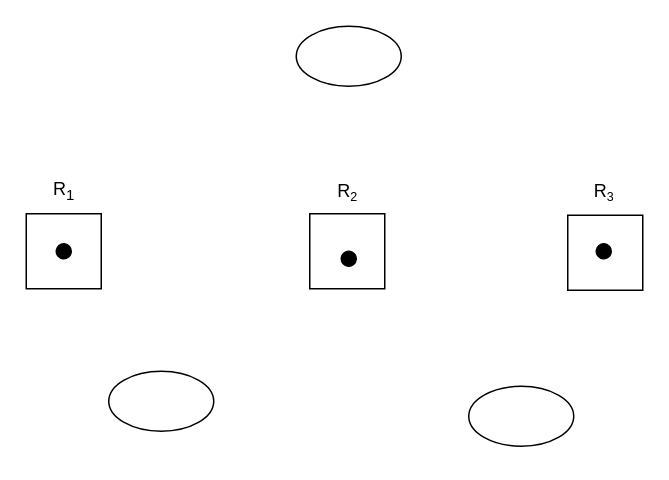
Above: Resource-Allocation-Graph.drawio in huyle84/diagrams (draw.io), before the change. Source tidied: cells renumbered, new cells numbered last; positions are measured from the earlier drawing's top-left corner, leaving out a move shared by most shapes. Both pictures are drawn from the tidied source at 150%, with x=0, y=0 at pixel (26, 26).
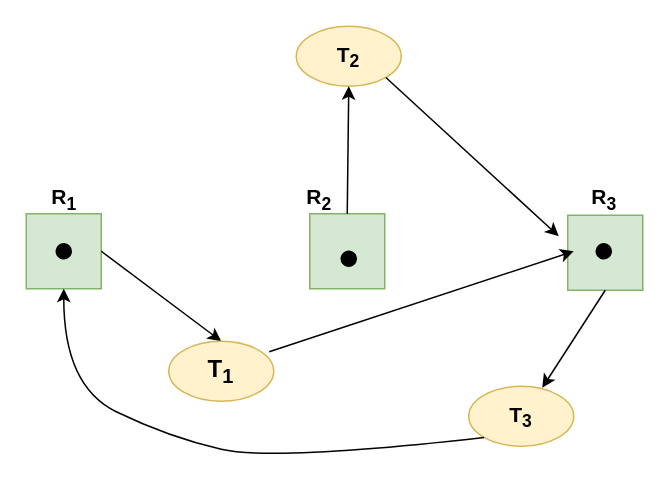
After the change.

Diff of the diagram source:
```diff
@@
-    <mxCell id="2" style="whiteSpace=wrap;html=1;" parent="1" vertex="1">
+    <mxCell id="2" style="whiteSpace=wrap;html=1;fillColor=#d5e8d4;strokeColor=#82b366;" parent="1" vertex="1">
       <mxGeometry x="361" y="126" width="50" height="50" as="geometry" />
     </mxCell>
-    <mxCell id="3" style="whiteSpace=wrap;html=1;" parent="1" vertex="1">
+    <mxCell id="3" style="whiteSpace=wrap;html=1;fillColor=#d5e8d4;strokeColor=#82b366;" parent="1" vertex="1">
       <mxGeometry x="189" y="125" width="50" height="50" as="geometry" />
     </mxCell>
-    <mxCell id="4" style="whiteSpace=wrap;html=1;" parent="1" vertex="1">
+    <mxCell id="4" style="whiteSpace=wrap;html=1;fillColor=#d5e8d4;strokeColor=#82b366;" parent="1" vertex="1">
       <mxGeometry y="125" width="50" height="50" as="geometry" />
     </mxCell>
-    <mxCell id="5" style="ellipse;whiteSpace=wrap;html=1;" parent="1" vertex="1">
-      <mxGeometry x="55" y="230" width="70" height="40" as="geometry" />
-    </mxCell>
-    <mxCell id="6" style="ellipse;whiteSpace=wrap;html=1;" parent="1" vertex="1">
+    <mxCell id="6" value="&lt;font style=&quot;font-size: 14px&quot;&gt;&lt;b&gt;T&lt;sub&gt;3&lt;/sub&gt;&lt;/b&gt;&lt;/font&gt;" style="ellipse;whiteSpace=wrap;html=1;fillColor=#fff2cc;strokeColor=#d6b656;" parent="1" vertex="1">
       <mxGeometry x="295" y="240" width="70" height="40" as="geometry" />
     </mxCell>
-    <mxCell id="7" style="ellipse;whiteSpace=wrap;html=1;" parent="1" vertex="1">
+    <mxCell id="7" value="&lt;font style=&quot;font-size: 14px&quot;&gt;&lt;b&gt;T&lt;sub&gt;2&lt;/sub&gt;&lt;/b&gt;&lt;/font&gt;" style="ellipse;whiteSpace=wrap;html=1;fillColor=#fff2cc;strokeColor=#d6b656;" parent="1" vertex="1">
       <mxGeometry x="180" width="70" height="40" as="geometry" />
     </mxCell>
@@
-    <mxCell id="11" value="R&lt;sub&gt;1&lt;/sub&gt;" style="text;html=1;align=center;verticalAlign=middle;strokeColor=none;fillColor=none;" parent="1" vertex="1">
-      <mxGeometry x="10" y="100" width="30" height="20" as="geometry" />
+    <mxCell id="11" value="&lt;font style=&quot;font-size: 14px&quot;&gt;&lt;b&gt;R&lt;sub&gt;1&lt;/sub&gt;&lt;/b&gt;&lt;/font&gt;" style="text;html=1;align=center;verticalAlign=middle;strokeColor=none;fillColor=none;" parent="1" vertex="1">
+      <mxGeometry x="10" y="105" width="30" height="20" as="geometry" />
     </mxCell>
-    <mxCell id="12" value="R&lt;font size=&quot;1&quot;&gt;&lt;sub&gt;2&lt;/sub&gt;&lt;/font&gt;" style="text;html=1;align=center;verticalAlign=middle;strokeColor=none;fillColor=none;perimeterSpacing=1;" parent="1" vertex="1">
-      <mxGeometry x="199" y="100" width="30" height="20" as="geometry" />
+    <mxCell id="12" value="&lt;font style=&quot;font-size: 14px&quot;&gt;&lt;b&gt;R&lt;sub&gt;2&lt;/sub&gt;&lt;/b&gt;&lt;/font&gt;" style="text;html=1;align=center;verticalAlign=middle;strokeColor=none;fillColor=none;perimeterSpacing=1;" parent="1" vertex="1">
+      <mxGeometry x="180" y="105" width="30" height="20" as="geometry" />
     </mxCell>
-    <mxCell id="13" value="R&lt;font size=&quot;1&quot;&gt;&lt;sub&gt;3&lt;/sub&gt;&lt;/font&gt;" style="text;html=1;align=center;verticalAlign=middle;strokeColor=none;fillColor=none;" parent="1" vertex="1">
-      <mxGeometry x="370" y="100" width="30" height="20" as="geometry" />
+    <mxCell id="13" value="&lt;font style=&quot;font-size: 14px&quot;&gt;&lt;b&gt;R&lt;sub&gt;3&lt;/sub&gt;&lt;/b&gt;&lt;/font&gt;" style="text;html=1;align=center;verticalAlign=middle;strokeColor=none;fillColor=none;" parent="1" vertex="1">
+      <mxGeometry x="370" y="105" width="30" height="20" as="geometry" />
     </mxCell>
+    <mxCell id="14" style="endArrow=classic;html=1;rounded=0;fontSize=14;exitX=1;exitY=1;exitDx=0;exitDy=0;" parent="1" edge="1" source="7">
+      <mxGeometry relative="1" as="geometry">
+        <mxPoint x="355" y="140" as="targetPoint" />
+      </mxGeometry>
+    </mxCell>
+    <mxCell id="15" style="endArrow=classic;html=1;rounded=0;fontSize=14;startArrow=none;exitX=0.957;exitY=0.175;exitDx=0;exitDy=0;exitPerimeter=0;" parent="1" edge="1" source="5">
+      <mxGeometry relative="1" as="geometry">
+        <mxPoint x="365" y="150" as="targetPoint" />
+      </mxGeometry>
+    </mxCell>
+    <mxCell id="16" style="curved=1;endArrow=classic;html=1;rounded=0;fontSize=14;exitX=0;exitY=1;exitDx=0;exitDy=0;entryX=0.5;entryY=1;entryDx=0;entryDy=0;" parent="1" edge="1" source="6" target="4">
+      <mxGeometry relative="1" as="geometry">
+        <Array as="points">
+          <mxPoint x="165" y="290" />
+          <mxPoint x="95" y="274" />
+          <mxPoint x="25" y="240" />
+        </Array>
+      </mxGeometry>
+    </mxCell>
+    <mxCell id="17" style="endArrow=classic;html=1;rounded=0;fontSize=14;entryX=0.7;entryY=0.025;entryDx=0;entryDy=0;entryPerimeter=0;exitX=0.5;exitY=1;exitDx=0;exitDy=0;" parent="1" edge="1" source="2" target="6">
+      <mxGeometry relative="1" as="geometry" />
+    </mxCell>
+    <mxCell id="18" style="endArrow=classic;html=1;rounded=0;fontSize=14;entryX=0.5;entryY=0;entryDx=0;entryDy=0;exitX=1;exitY=0.5;exitDx=0;exitDy=0;" parent="1" edge="1" source="4" target="5">
+      <mxGeometry relative="1" as="geometry" />
+    </mxCell>
+    <mxCell id="5" value="&lt;font style=&quot;font-size: 16px&quot;&gt;&lt;b&gt;T&lt;sub&gt;1&lt;/sub&gt;&lt;/b&gt;&lt;/font&gt;" style="ellipse;whiteSpace=wrap;html=1;fillColor=#fff2cc;strokeColor=#d6b656;" parent="1" vertex="1">
+      <mxGeometry x="95" y="210" width="70" height="40" as="geometry" />
+    </mxCell>
+    <mxCell id="19" style="endArrow=classic;html=1;rounded=0;fontSize=14;entryX=0.5;entryY=1;entryDx=0;entryDy=0;exitX=0.5;exitY=0;exitDx=0;exitDy=0;" parent="1" edge="1" source="3" target="7">
+      <mxGeometry relative="1" as="geometry" />
+    </mxCell>
```
